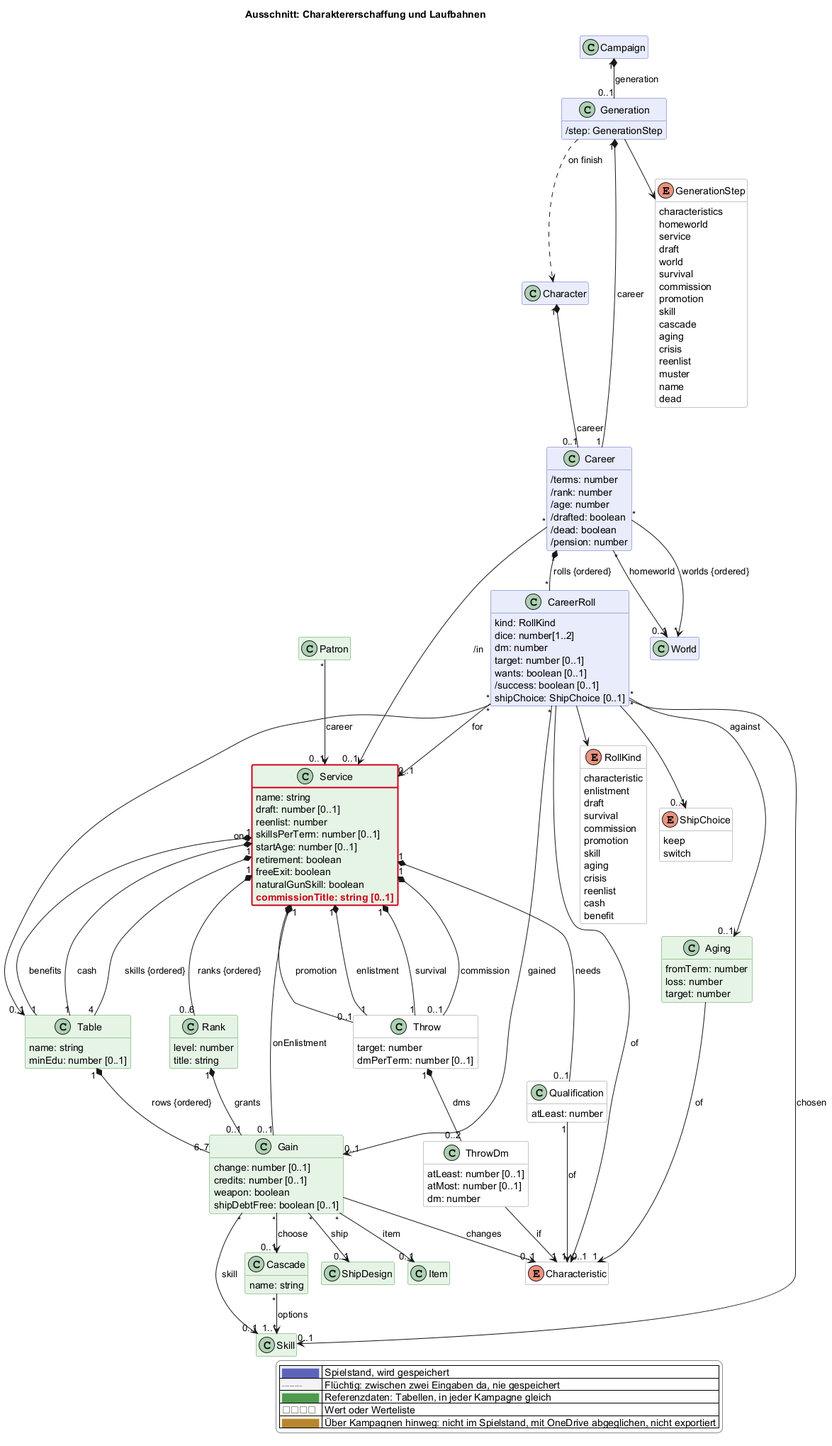
scuzzar/SRE keeps this PlantUML diagram as docs/views/erschaffung.png. Above is the earlier version.
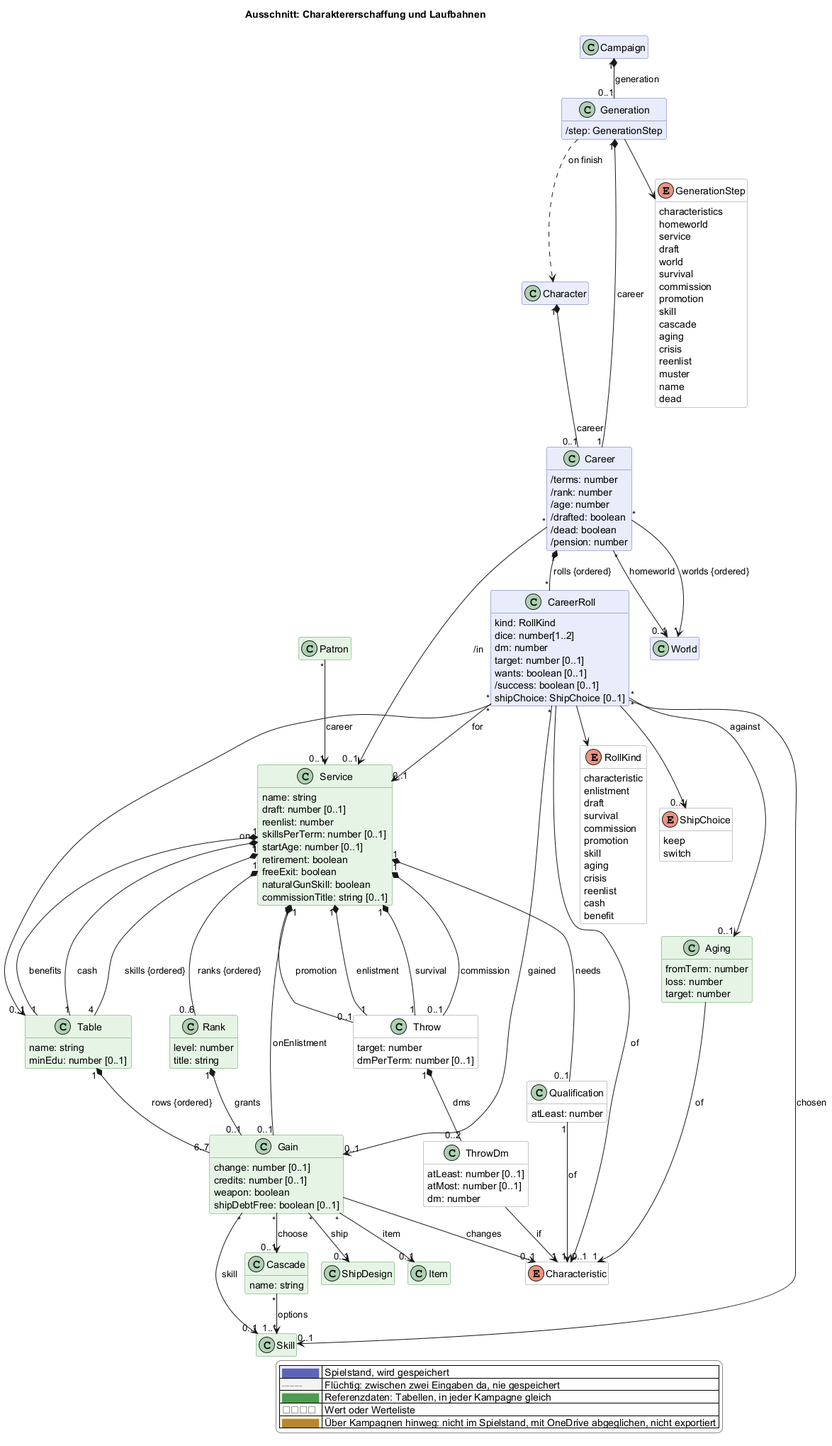
The same diagram one commit later.

Diff of the diagram source:
```diff
@@ -113,7 +113,7 @@
     retirement: boolean
     freeExit: boolean
     naturalGunSkill: boolean
-    $new("2026-11-24b", "commissionTitle: string [0..1]")
+    commissionTitle: string [0..1]
   }
   class Throw <<value>> $erschaffung {
     target: number
@@ -250,5 +250,4 @@
   |<#ffffff> <color:#8a8a8a>□□□□</color> | Wert oder Werteliste |
   |<#fdf1dc> <color:#b8862e>████</color> | Über Kampagnen hinweg: nicht im Spielstand, mit OneDrive abgeglichen, nicht exportiert |
 endlegend
-class Service #line:d0021b;line.bold
 @enduml
```
